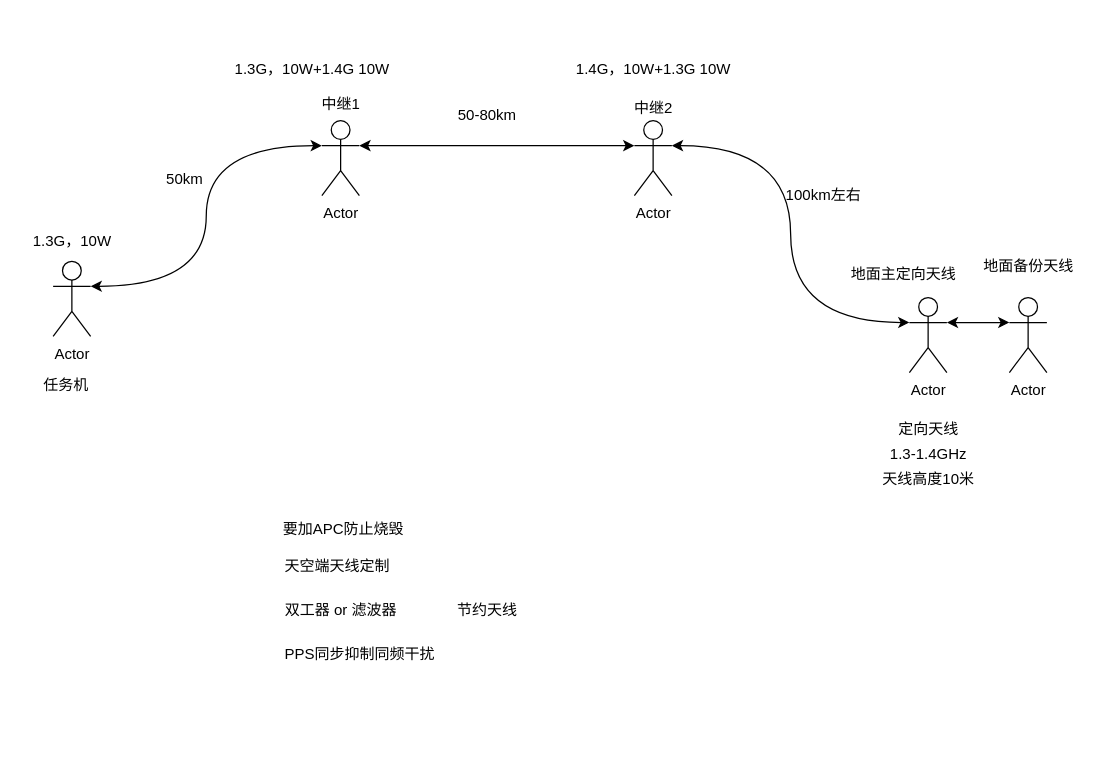
Before: 多机中继.drawio in Momenttt/hellogithub, a draw.io diagram. Source tidied: cells renumbered, new cells numbered last; positions are measured from the earlier drawing's top-left corner, leaving out a move shared by most shapes. Both pictures are drawn from the tidied source at 125%, with x=0, y=0 at pixel (21, 56).
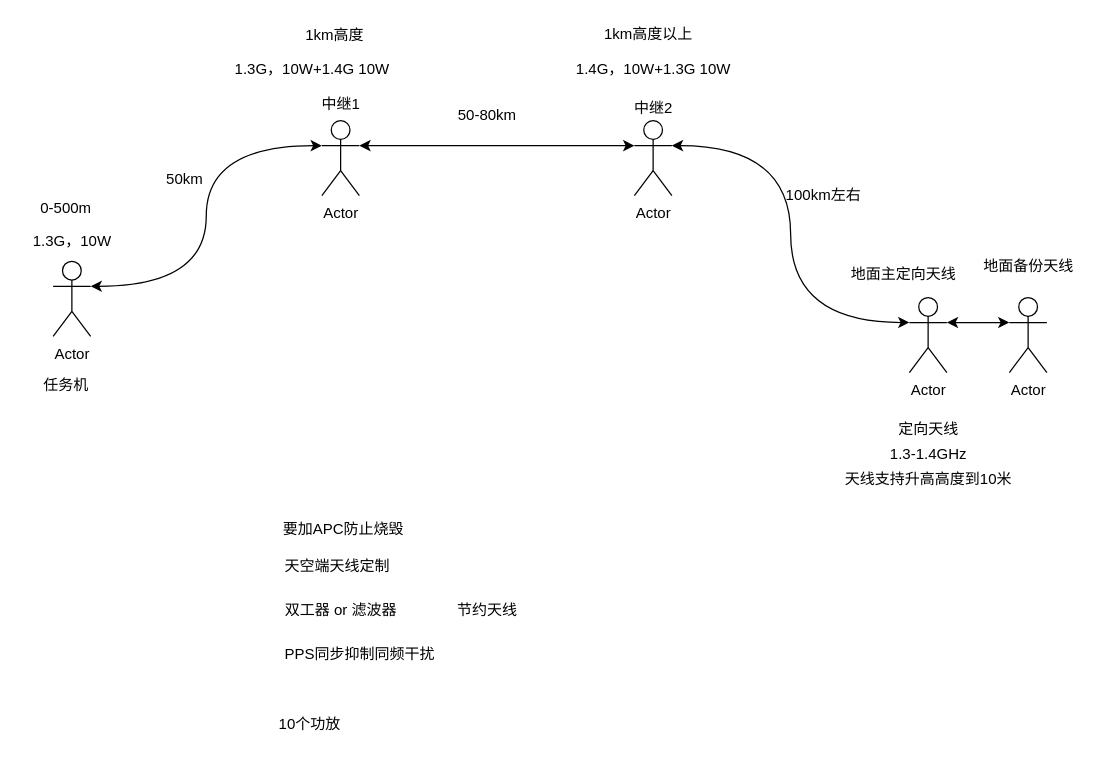
The same diagram, later.

Change to the diagram source:
```diff
@@
-    <mxCell id="17" value="天线高度10米" style="text;html=1;align=center;verticalAlign=middle;" parent="1" vertex="1">
-      <mxGeometry x="680" y="328" width="90" height="20" as="geometry" />
+    <mxCell id="17" value="天线支持升高高度到10米" style="text;html=1;align=center;verticalAlign=middle;" parent="1" vertex="1">
+      <mxGeometry x="650" y="328" width="150" height="20" as="geometry" />
     </mxCell>
@@
+    <mxCell id="30" value="10个功放" style="text;html=1;align=center;verticalAlign=middle;" parent="1" vertex="1">
+      <mxGeometry x="200" y="524" width="60" height="20" as="geometry" />
+    </mxCell>
+    <mxCell id="31" value="1km高度以上" style="text;html=1;align=center;verticalAlign=middle;" parent="1" vertex="1">
+      <mxGeometry x="456" y="-28" width="90" height="20" as="geometry" />
+    </mxCell>
+    <mxCell id="32" value="1km高度" style="text;html=1;align=center;verticalAlign=middle;" parent="1" vertex="1">
+      <mxGeometry x="220" y="-27" width="60" height="20" as="geometry" />
+    </mxCell>
+    <mxCell id="33" value="0-500m" style="text;html=1;align=center;verticalAlign=middle;" parent="1" vertex="1">
+      <mxGeometry x="5" y="111" width="60" height="20" as="geometry" />
+    </mxCell>
```
